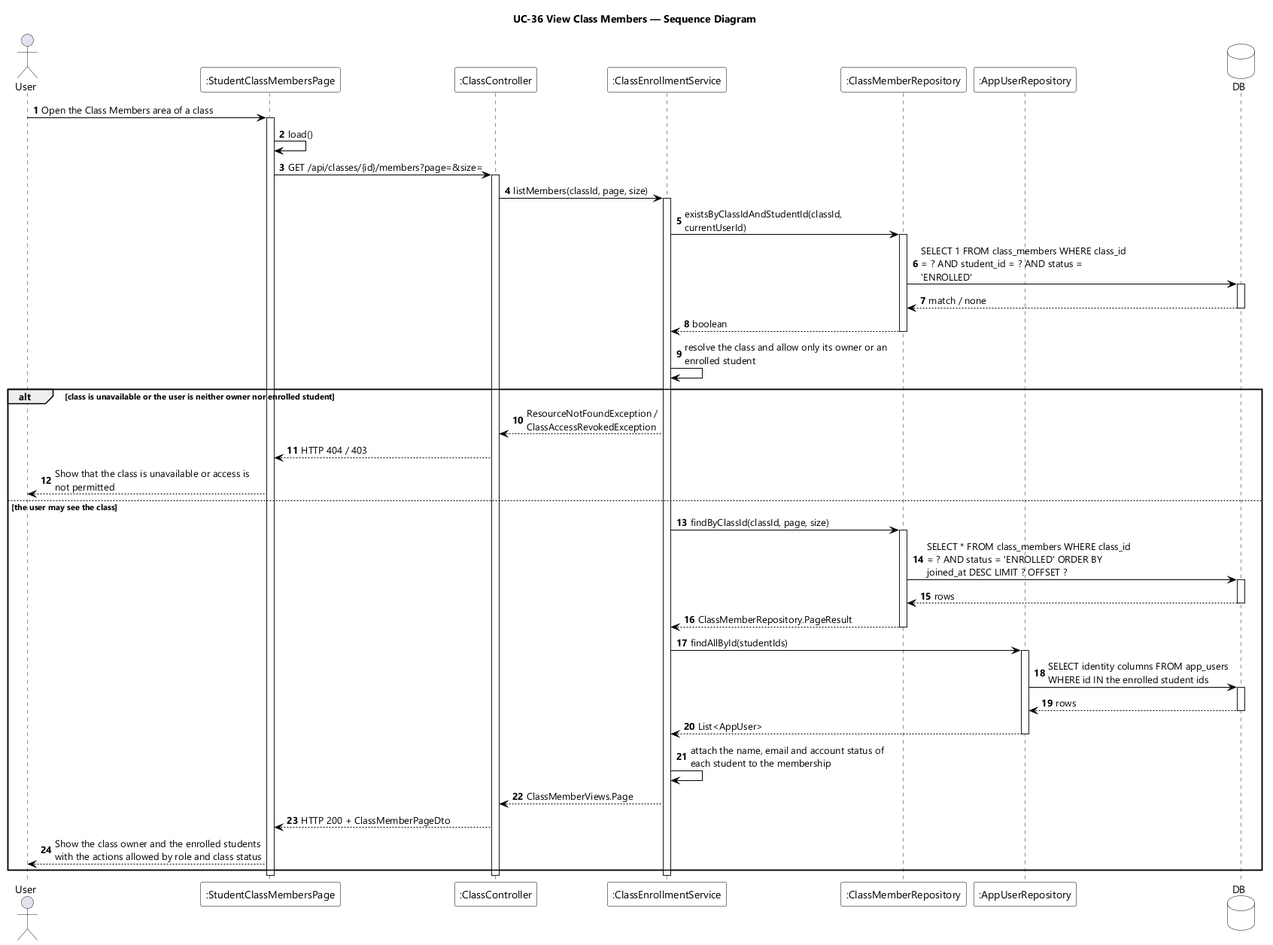
Above: designs/sds-diagrams/uc36/uc36-sequence-diagram.png in EduA-system/EduA-system (PlantUML), before the change.
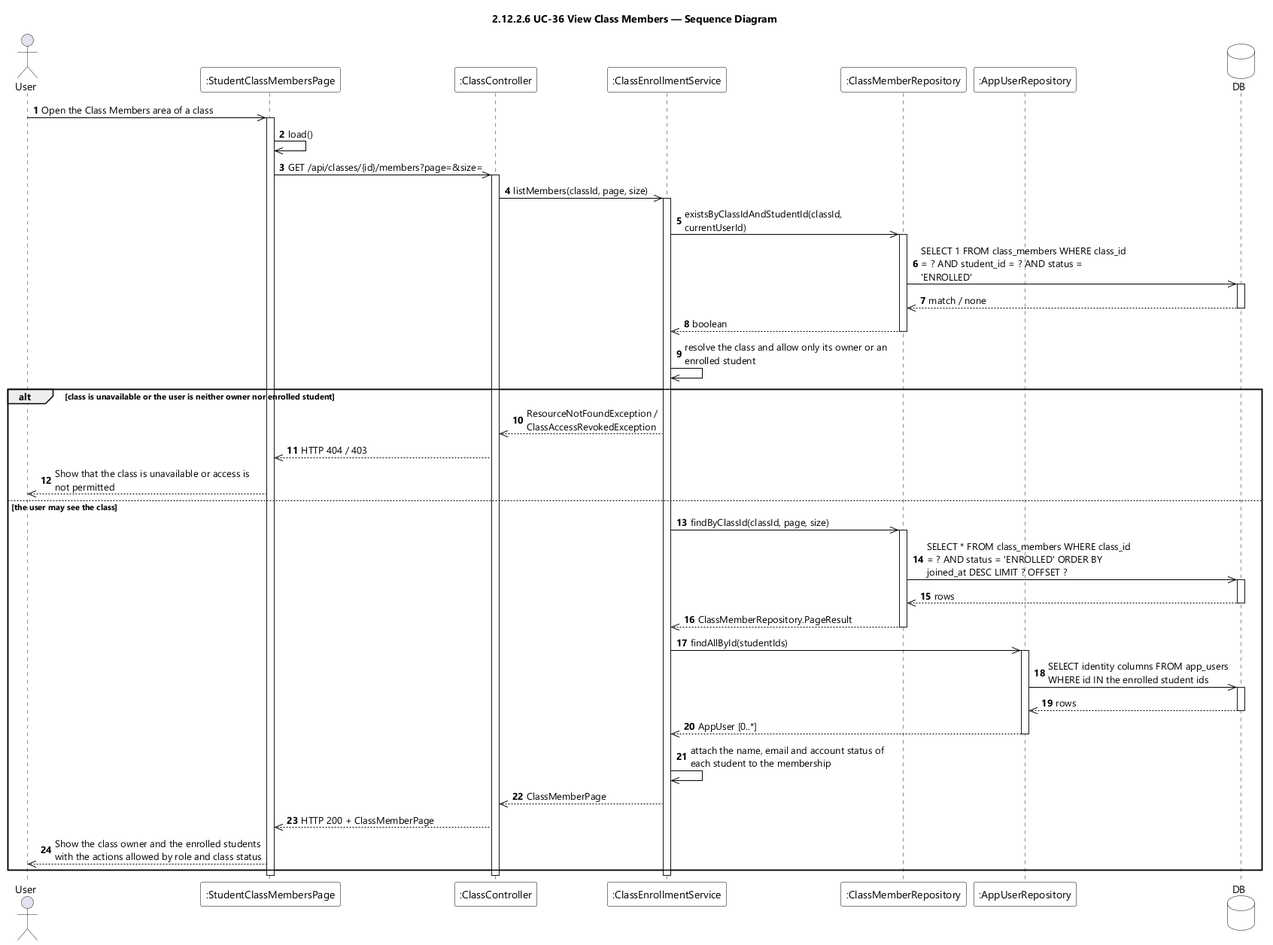
After the change.

What changed in the source:
```diff
@@ -9,7 +9,7 @@
 skinparam ArrowColor #000000
 skinparam sequenceMessageAlign left
 skinparam maxMessageSize 280
-title UC-36 View Class Members — Sequence Diagram
+title 2.12.2.6 UC-36 View Class Members — Sequence Diagram
 
 actor User
 participant ":StudentClassMembersPage" as UI
@@ -20,49 +20,49 @@
 database DB
 
 autonumber
-User -> UI : Open the Class Members area of a class
+User ->> UI : Open the Class Members area of a class
 activate UI
-UI -> UI : load()
-UI -> CTL : GET /api/classes/{id}/members?page=&size=
+UI ->> UI : load()
+UI ->> CTL : GET /api/classes/{id}/members?page=&size=
 activate CTL
-CTL -> SVC : listMembers(classId, page, size)
+CTL ->> SVC : listMembers(classId, page, size)
 activate SVC
-SVC -> MEM : existsByClassIdAndStudentId(classId, currentUserId)
+SVC ->> MEM : existsByClassIdAndStudentId(classId, currentUserId)
 activate MEM
-MEM -> DB : SELECT 1 FROM class_members WHERE class_id = ? AND student_id = ? AND status = 'ENROLLED'
+MEM ->> DB : SELECT 1 FROM class_members WHERE class_id = ? AND student_id = ? AND status = 'ENROLLED'
 activate DB
-DB --> MEM : match / none
+DB -->> MEM : match / none
 deactivate DB
-MEM --> SVC : boolean
+MEM -->> SVC : boolean
 deactivate MEM
-SVC -> SVC : resolve the class and allow only its owner or an enrolled student
+SVC ->> SVC : resolve the class and allow only its owner or an enrolled student
 
 alt class is unavailable or the user is neither owner nor enrolled student
-  SVC --> CTL : ResourceNotFoundException / ClassAccessRevokedException
-  CTL --> UI : HTTP 404 / 403
-  UI --> User : Show that the class is unavailable or access is not permitted
+  SVC -->> CTL : ResourceNotFoundException / ClassAccessRevokedException
+  CTL -->> UI : HTTP 404 / 403
+  UI -->> User : Show that the class is unavailable or access is not permitted
 
 else the user may see the class
-  SVC -> MEM : findByClassId(classId, page, size)
+  SVC ->> MEM : findByClassId(classId, page, size)
   activate MEM
-  MEM -> DB : SELECT * FROM class_members WHERE class_id = ? AND status = 'ENROLLED' ORDER BY joined_at DESC LIMIT ? OFFSET ?
+  MEM ->> DB : SELECT * FROM class_members WHERE class_id = ? AND status = 'ENROLLED' ORDER BY joined_at DESC LIMIT ? OFFSET ?
   activate DB
-  DB --> MEM : rows
+  DB -->> MEM : rows
   deactivate DB
-  MEM --> SVC : ClassMemberRepository.PageResult
+  MEM -->> SVC : ClassMemberRepository.PageResult
   deactivate MEM
-  SVC -> USERS : findAllById(studentIds)
+  SVC ->> USERS : findAllById(studentIds)
   activate USERS
-  USERS -> DB : SELECT identity columns FROM app_users WHERE id IN the enrolled student ids
+  USERS ->> DB : SELECT identity columns FROM app_users WHERE id IN the enrolled student ids
   activate DB
-  DB --> USERS : rows
+  DB -->> USERS : rows
   deactivate DB
-  USERS --> SVC : List<AppUser>
+  USERS -->> SVC : AppUser [0..*]
   deactivate USERS
-  SVC -> SVC : attach the name, email and account status of each student to the membership
-  SVC --> CTL : ClassMemberViews.Page
-  CTL --> UI : HTTP 200 + ClassMemberPageDto
-  UI --> User : Show the class owner and the enrolled students with the actions allowed by role and class status
+  SVC ->> SVC : attach the name, email and account status of each student to the membership
+  SVC -->> CTL : ClassMemberPage
+  CTL -->> UI : HTTP 200 + ClassMemberPage
+  UI -->> User : Show the class owner and the enrolled students with the actions allowed by role and class status
 end
 deactivate SVC
 deactivate CTL
```
